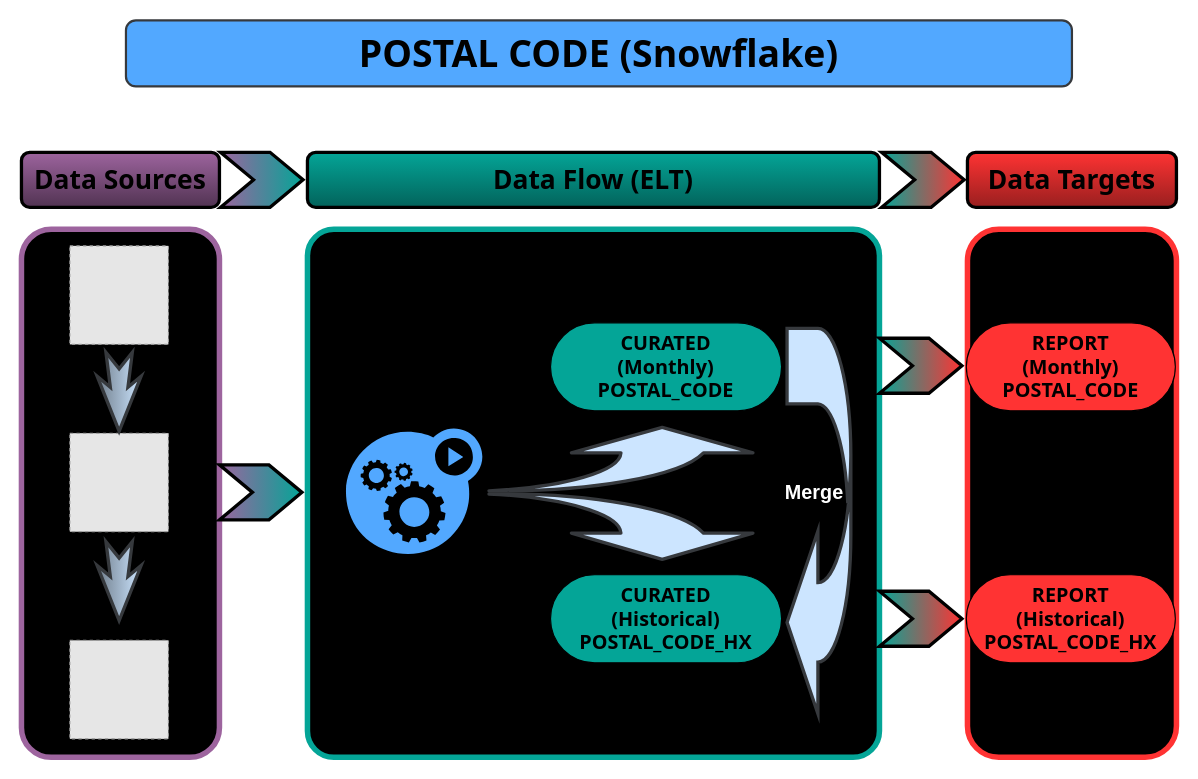
The draw.io diagram POSTAL_CODE_Snowflake.drawio in artiewangGH/POSTAL_CODE, before the edit. Source tidied: cells renumbered, new cells numbered last; positions are measured from the earlier drawing's top-left corner, leaving out a move shared by most shapes. Both pictures are drawn from the tidied source at 110%, with x=0, y=0 at pixel (21, 20). Pictures stored in the file or linked from it are replaced by grey dashed boxes.
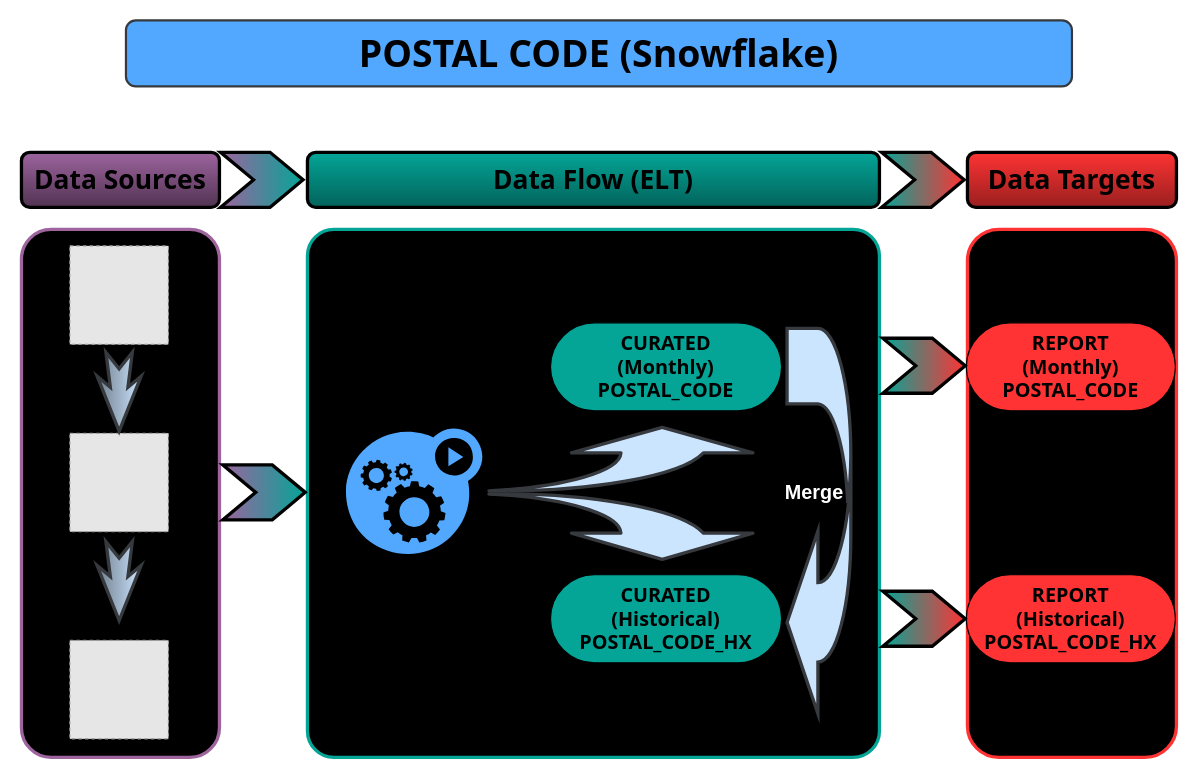
Above is the later version.

Change to the diagram source:
```diff
@@
-    <mxCell id="3" style="rounded=1;whiteSpace=wrap;html=1;fontSize=17;fontStyle=1;fillColor=#000000;strokeColor=#04A597;strokeWidth=5;arcSize=5;" parent="1" vertex="1">
+    <mxCell id="3" style="rounded=1;whiteSpace=wrap;html=1;fontSize=17;fontStyle=1;fillColor=#000000;strokeColor=#04A597;strokeWidth=3;arcSize=5;" parent="1" vertex="1">
       <mxGeometry x="260" y="190" width="520" height="480" as="geometry" />
     </mxCell>
-    <mxCell id="4" style="rounded=1;whiteSpace=wrap;html=1;fontSize=17;fontStyle=1;fillColor=#000000;strokeColor=#FF3333;strokeWidth=5;" parent="1" vertex="1">
+    <mxCell id="4" style="rounded=1;whiteSpace=wrap;html=1;fontSize=17;fontStyle=1;fillColor=#000000;strokeColor=#FF3333;strokeWidth=3;" parent="1" vertex="1">
       <mxGeometry x="860" y="190" width="190" height="480" as="geometry" />
     </mxCell>
-    <mxCell id="5" style="rounded=1;whiteSpace=wrap;html=1;fontSize=17;fontStyle=1;fillColor=#000000;strokeColor=#9D649E;strokeWidth=5;labelBackgroundColor=#000000;fontColor=#FFFFFF;" parent="1" vertex="1">
+    <mxCell id="5" style="rounded=1;whiteSpace=wrap;html=1;fontSize=17;fontStyle=1;fillColor=#000000;strokeColor=#9D649E;strokeWidth=3;labelBackgroundColor=#000000;fontColor=#FFFFFF;" parent="1" vertex="1">
       <mxGeometry y="190" width="180" height="480" as="geometry" />
     </mxCell>
@@
     <mxCell id="25" style="html=1;shadow=0;dashed=0;align=center;verticalAlign=middle;shape=mxgraph.arrows2.arrow;dy=0;dx=30;notch=30;fillColor=#9D649E;strokeColor=#000000;strokeWidth=3;gradientColor=#04A597;gradientDirection=east;" parent="1" vertex="1">
-      <mxGeometry x="180" y="404.1" width="75" height="50" as="geometry" />
+      <mxGeometry x="183" y="404.1" width="75" height="50" as="geometry" />
     </mxCell>
     <mxCell id="26" style="html=1;shadow=0;dashed=0;align=center;verticalAlign=middle;shape=mxgraph.arrows2.arrow;dy=0;dx=30;notch=30;fillColor=#FF3333;strokeColor=#000000;strokeWidth=3;gradientColor=#04A597;gradientDirection=west;" parent="1" vertex="1">
-      <mxGeometry x="780" y="519" width="75" height="50" as="geometry" />
+      <mxGeometry x="783" y="519" width="75" height="50" as="geometry" />
     </mxCell>
     <mxCell id="27" style="html=1;shadow=0;dashed=0;align=center;verticalAlign=middle;shape=mxgraph.arrows2.arrow;dy=0;dx=30;notch=30;fillColor=#FF3333;strokeColor=#000000;strokeWidth=3;gradientColor=#04A597;gradientDirection=west;" parent="1" vertex="1">
-      <mxGeometry x="780" y="289" width="75" height="50" as="geometry" />
+      <mxGeometry x="783" y="289" width="75" height="50" as="geometry" />
     </mxCell>
```
